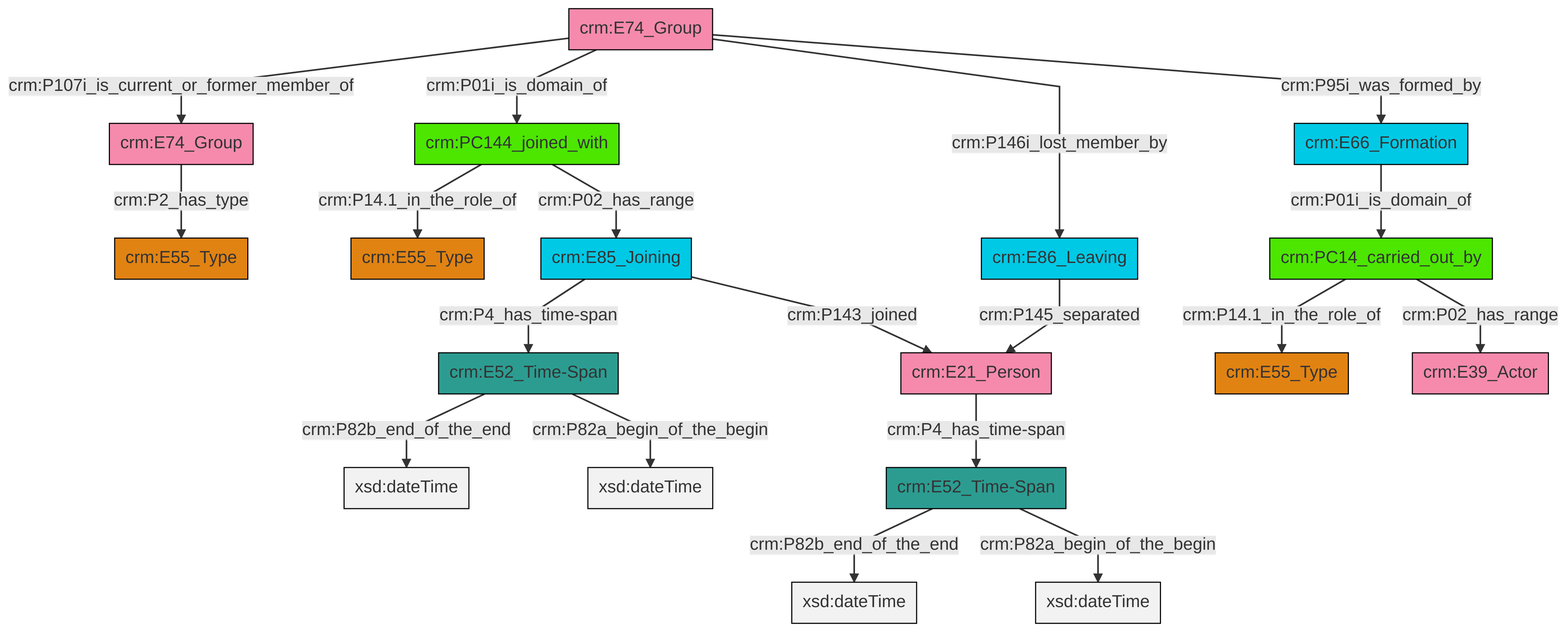
Before: et/groupCSV/ttl/mmd/png/group_actor_relations.png, a diagram exported from Mermaid (swiss-art-research-net/docs.swissartresearch). Its source is kept beside it as et/groupCSV/ttl/mmd/group_actor_relations.ttl.mmd.
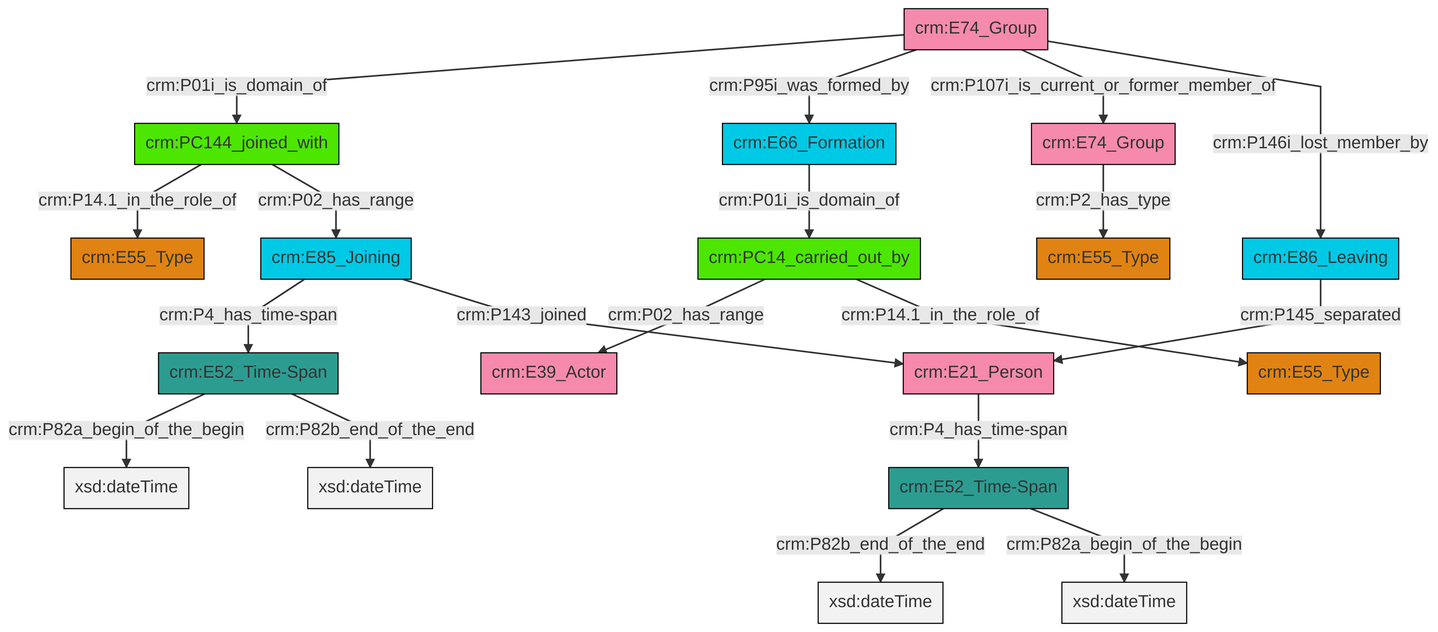
The same diagram one commit later.

Diff of the diagram source:
```diff
@@ -13,21 +13,21 @@
 classDef PC_Classes fill:#4ce600, stroke:#000000;
 classDef Multi fill:#cccccc,stroke:#000000;
 
-2["crm:E86_Leaving"]:::Temporal_Entity -->|crm:P145_separated| 4["crm:E21_Person"]:::Actor
-8["crm:E66_Formation"]:::Temporal_Entity -->|crm:P01i_is_domain_of| 9["crm:PC14_carried_out_by"]:::PC_Classes
-10["crm:E52_Time-Span"]:::Time-Span -->|crm:P82b_end_of_the_end| 11[xsd:dateTime]:::Literal
-0["crm:E74_Group"]:::Actor -->|crm:P107i_is_current_or_former_member_of| 6["crm:E74_Group"]:::Actor
-21["crm:E85_Joining"]:::Temporal_Entity -->|crm:P4_has_time-span| 10["crm:E52_Time-Span"]:::Time-Span
-6["crm:E74_Group"]:::Actor -->|crm:P2_has_type| 19["crm:E55_Type"]:::Type
-9["crm:PC14_carried_out_by"]:::PC_Classes -->|crm:P14.1_in_the_role_of| 23["crm:E55_Type"]:::Type
-0["crm:E74_Group"]:::Actor -->|crm:P01i_is_domain_of| 17["crm:PC144_joined_with"]:::PC_Classes
-17["crm:PC144_joined_with"]:::PC_Classes -->|crm:P14.1_in_the_role_of| 25["crm:E55_Type"]:::Type
-12["crm:E52_Time-Span"]:::Time-Span -->|crm:P82b_end_of_the_end| 26[xsd:dateTime]:::Literal
-21["crm:E85_Joining"]:::Temporal_Entity -->|crm:P143_joined| 4["crm:E21_Person"]:::Actor
-0["crm:E74_Group"]:::Actor -->|crm:P146i_lost_member_by| 2["crm:E86_Leaving"]:::Temporal_Entity
-9["crm:PC14_carried_out_by"]:::PC_Classes -->|crm:P02_has_range| 14["crm:E39_Actor"]:::Actor
-12["crm:E52_Time-Span"]:::Time-Span -->|crm:P82a_begin_of_the_begin| 27[xsd:dateTime]:::Literal
-17["crm:PC144_joined_with"]:::PC_Classes -->|crm:P02_has_range| 21["crm:E85_Joining"]:::Temporal_Entity
-4["crm:E21_Person"]:::Actor -->|crm:P4_has_time-span| 12["crm:E52_Time-Span"]:::Time-Span
-10["crm:E52_Time-Span"]:::Time-Span -->|crm:P82a_begin_of_the_begin| 34[xsd:dateTime]:::Literal
-0["crm:E74_Group"]:::Actor -->|crm:P95i_was_formed_by| 8["crm:E66_Formation"]:::Temporal_Entity
+0["crm:PC144_joined_with"]:::PC_Classes -->|crm:P14.1_in_the_role_of| 1["crm:E55_Type"]:::Type
+2["crm:E86_Leaving"]:::Temporal_Entity -->|crm:P145_separated| 3["crm:E21_Person"]:::Actor
+6["crm:PC14_carried_out_by"]:::PC_Classes -->|crm:P02_has_range| 7["crm:E39_Actor"]:::Actor
+8["crm:E52_Time-Span"]:::Time-Span -->|crm:P82a_begin_of_the_begin| 9[xsd:dateTime]:::Literal
+11["crm:E85_Joining"]:::Temporal_Entity -->|crm:P4_has_time-span| 8["crm:E52_Time-Span"]:::Time-Span
+3["crm:E21_Person"]:::Actor -->|crm:P4_has_time-span| 15["crm:E52_Time-Span"]:::Time-Span
+16["crm:E74_Group"]:::Actor -->|crm:P01i_is_domain_of| 0["crm:PC144_joined_with"]:::PC_Classes
+0["crm:PC144_joined_with"]:::PC_Classes -->|crm:P02_has_range| 11["crm:E85_Joining"]:::Temporal_Entity
+16["crm:E74_Group"]:::Actor -->|crm:P95i_was_formed_by| 17["crm:E66_Formation"]:::Temporal_Entity
+18["crm:E74_Group"]:::Actor -->|crm:P2_has_type| 4["crm:E55_Type"]:::Type
+8["crm:E52_Time-Span"]:::Time-Span -->|crm:P82b_end_of_the_end| 20[xsd:dateTime]:::Literal
+11["crm:E85_Joining"]:::Temporal_Entity -->|crm:P143_joined| 3["crm:E21_Person"]:::Actor
+15["crm:E52_Time-Span"]:::Time-Span -->|crm:P82b_end_of_the_end| 27[xsd:dateTime]:::Literal
+17["crm:E66_Formation"]:::Temporal_Entity -->|crm:P01i_is_domain_of| 6["crm:PC14_carried_out_by"]:::PC_Classes
+16["crm:E74_Group"]:::Actor -->|crm:P107i_is_current_or_former_member_of| 18["crm:E74_Group"]:::Actor
+16["crm:E74_Group"]:::Actor -->|crm:P146i_lost_member_by| 2["crm:E86_Leaving"]:::Temporal_Entity
+15["crm:E52_Time-Span"]:::Time-Span -->|crm:P82a_begin_of_the_begin| 32[xsd:dateTime]:::Literal
+6["crm:PC14_carried_out_by"]:::PC_Classes -->|crm:P14.1_in_the_role_of| 13["crm:E55_Type"]:::Type
```
